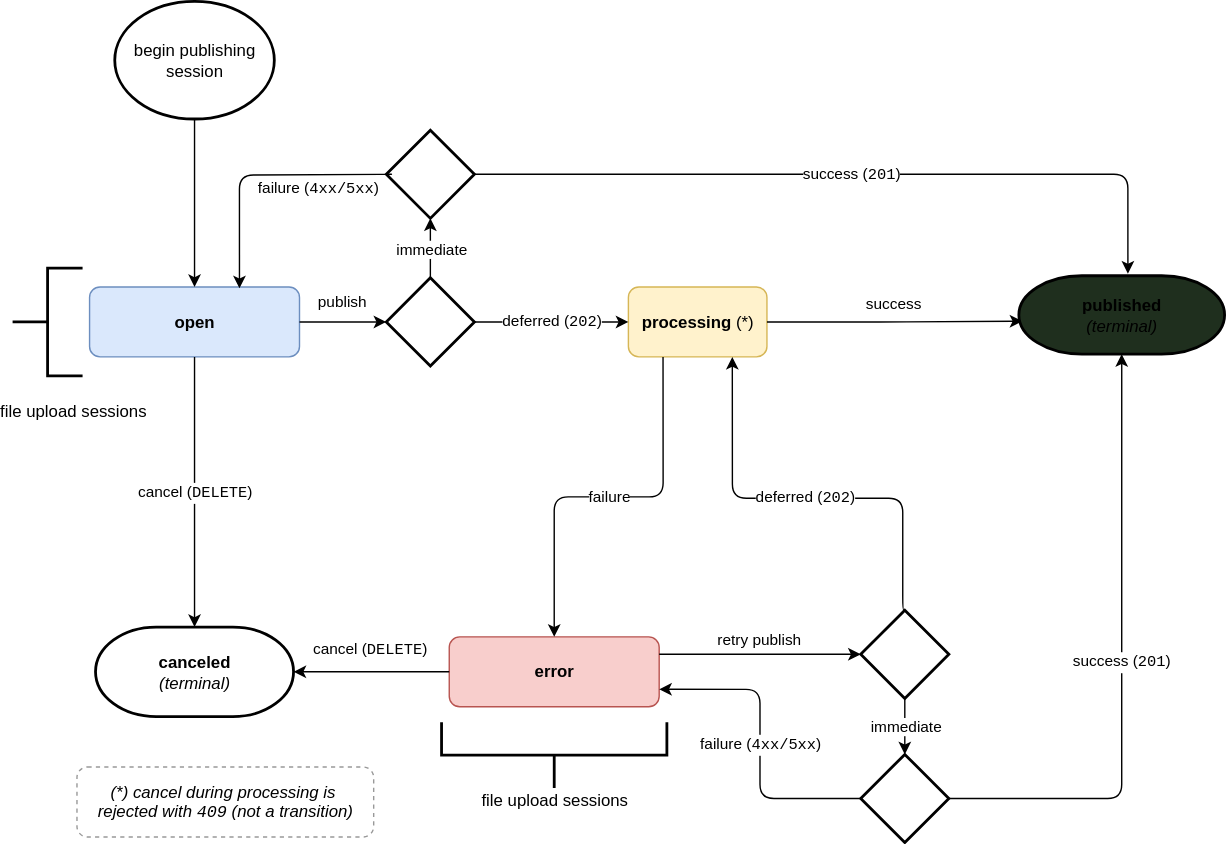
python/peps keeps this draw.io diagram as peps/pep-0694/publishing-session-states.drawio.svg. Above is the earlier version. Source tidied: cells renumbered, new cells last; positions are measured from the earlier drawing's top-left corner, leaving out a move shared by most shapes.
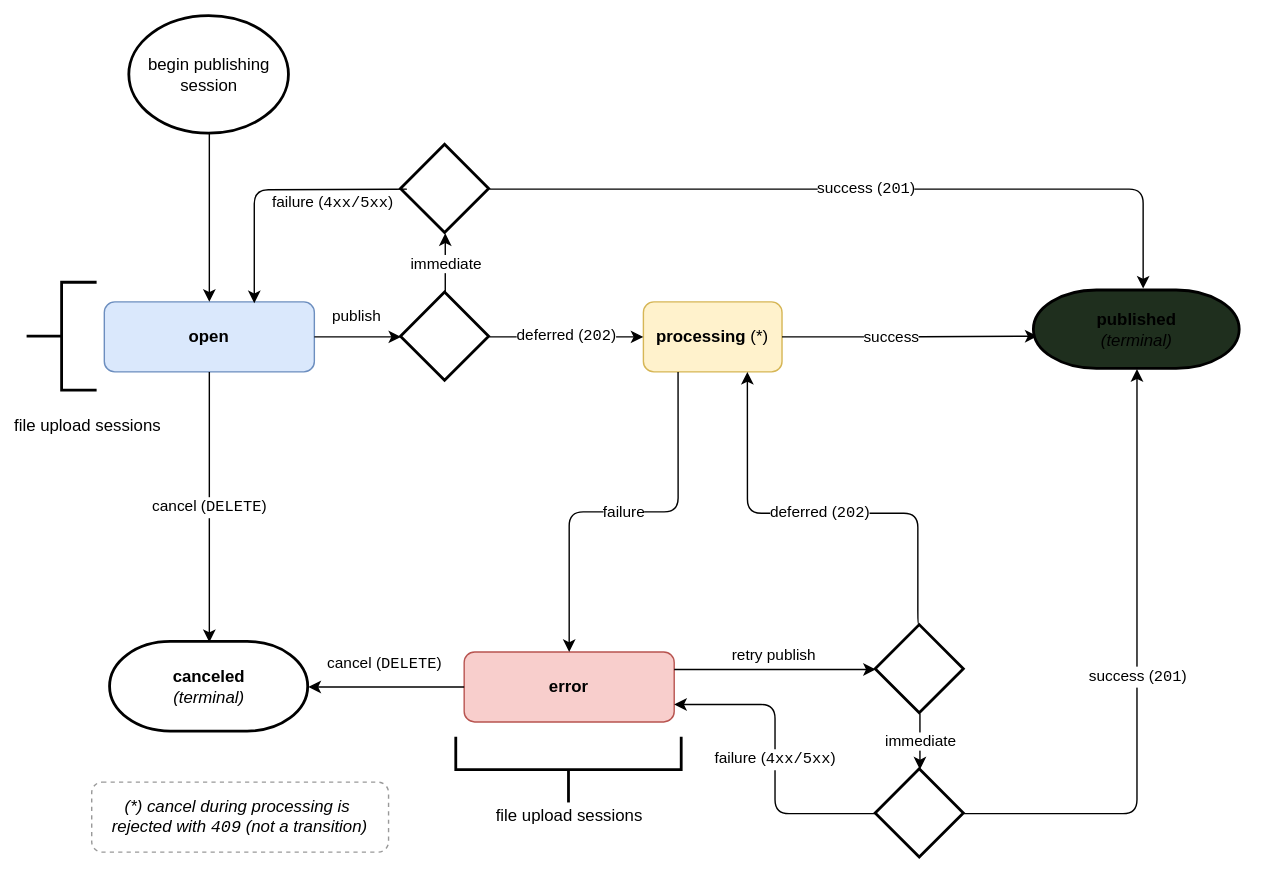
The same file after the commit.

What changed in the source:
```diff
@@ -5,7 +5,7 @@
     <mxCell id="2" value="open" style="rounded=1;whiteSpace=wrap;html=1;fillColor=#DAE8FC;strokeColor=#6C8EBF;fontStyle=1;" parent="1" vertex="1">
       <mxGeometry x="55" y="204" width="150" height="50" as="geometry" />
     </mxCell>
-    <mxCell id="3" value="processing &lt;span style=&quot;font-weight: normal;&quot;&gt;(*)&lt;/span&gt;" style="rounded=1;whiteSpace=wrap;html=1;fillColor=light-dark(#FFF2CC,#666600);strokeColor=#D6B656;fontStyle=1;" parent="1" vertex="1">
+    <mxCell id="3" value="processing &lt;span style=&quot;font-weight: normal;&quot;&gt;(*)&lt;/span&gt;" style="rounded=1;whiteSpace=wrap;html=1;fillColor=#FFF2CC;strokeColor=#D6B656;fontStyle=1;" parent="1" vertex="1">
       <mxGeometry x="440" y="204" width="99" height="50" as="geometry" />
     </mxCell>
     <mxCell id="4" value="error" style="rounded=1;whiteSpace=wrap;html=1;fillColor=#F8CECC;strokeColor=#B85450;fontStyle=1;" parent="1" vertex="1">
@@ -45,7 +45,7 @@
         <mxPoint x="-61" y="71" as="offset" />
       </mxGeometry>
     </mxCell>
-    <mxCell id="15" value="&lt;b&gt;canceled&lt;/b&gt;&lt;br&gt;&lt;i&gt;(terminal)&lt;/i&gt;" style="strokeWidth=2;html=1;shape=mxgraph.flowchart.terminator;whiteSpace=wrap;fillColor=light-dark(#FFFFFF,#512D2B);" parent="1" vertex="1">
+    <mxCell id="15" value="&lt;b&gt;canceled&lt;/b&gt;&lt;br&gt;&lt;i&gt;(terminal)&lt;/i&gt;" style="strokeWidth=2;html=1;shape=mxgraph.flowchart.terminator;whiteSpace=wrap;fillColor=#FFFFFF;" parent="1" vertex="1">
       <mxGeometry x="59.2" y="447" width="141.5" height="64" as="geometry" />
     </mxCell>
     <mxCell id="16" style="strokeWidth=2;html=1;shape=mxgraph.flowchart.decision;whiteSpace=wrap;" parent="1" vertex="1">
@@ -54,7 +54,7 @@
     <mxCell id="17" value="deferred (&lt;font face=&quot;Courier New&quot;&gt;202&lt;/font&gt;)" style="edgeStyle=orthogonalEdgeStyle;rounded=1;html=1;exitX=1;exitY=0.5;exitDx=0;exitDy=0;entryX=0;entryY=0.5;entryDx=0;entryDy=0;exitPerimeter=0;" parent="1" edge="1" source="16" target="3">
       <mxGeometry relative="1" as="geometry" />
     </mxCell>
-    <mxCell id="18" value="&lt;b&gt;published&lt;/b&gt;&lt;div&gt;&lt;i&gt;(terminal)&lt;/i&gt;&lt;/div&gt;" style="strokeWidth=2;html=1;shape=mxgraph.flowchart.terminator;whiteSpace=wrap;fillColor=light-dark(#1F2F1E,#1F2F1E);strokeColor=light-dark(#000000,#446E2C);" parent="1" vertex="1">
+    <mxCell id="18" value="&lt;b&gt;published&lt;/b&gt;&lt;div&gt;&lt;i&gt;(terminal)&lt;/i&gt;&lt;/div&gt;" style="strokeWidth=2;html=1;shape=mxgraph.flowchart.terminator;whiteSpace=wrap;fillColor=#1F2F1E;strokeColor=#000000;" parent="1" vertex="1">
       <mxGeometry x="719" y="196" width="147" height="56" as="geometry" />
     </mxCell>
     <mxCell id="19" value="file upload sessions&lt;div&gt;&lt;br&gt;&lt;/div&gt;" style="strokeWidth=2;html=1;shape=mxgraph.flowchart.annotation_2;align=left;labelPosition=right;overflow=visible;direction=north;noLabel=0;labelPadding=0;movableLabel=1;" parent="1" vertex="1">
```
